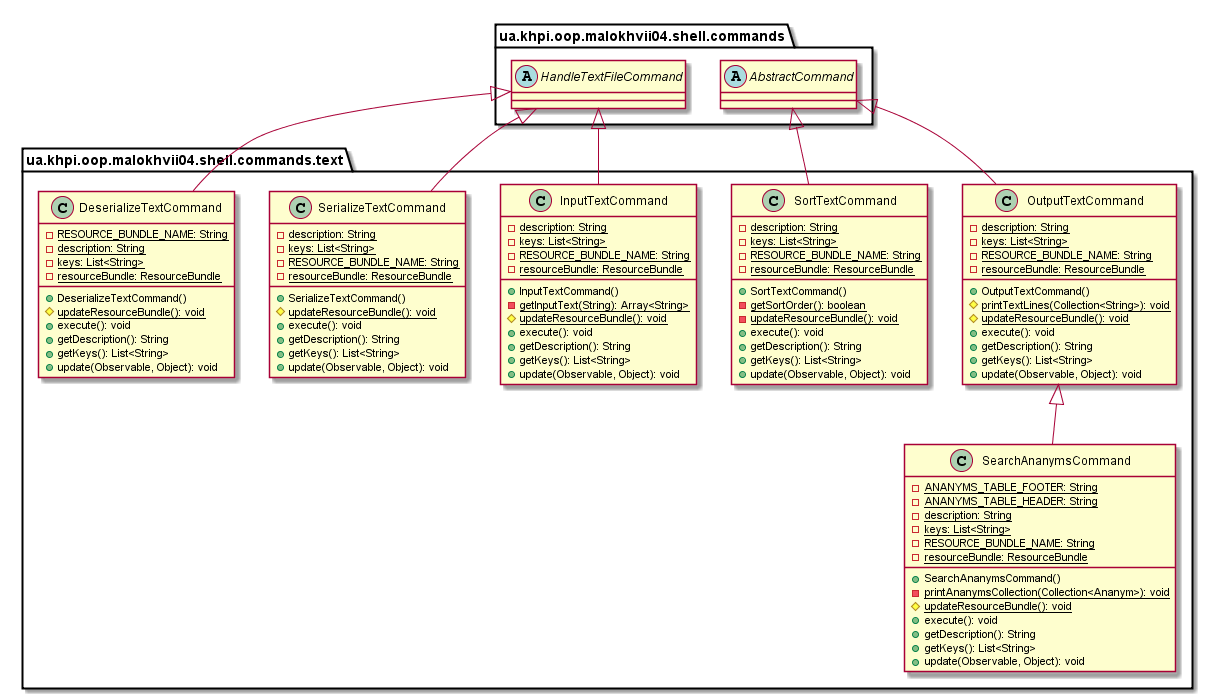
Before: malokhvii-eduard/malokhvii04/doc/plantuml/png/ua.khpi.oop.malokhvii04.shell.commands.text.package.png, a diagram exported from PlantUML (P-Kalin/kit26a).
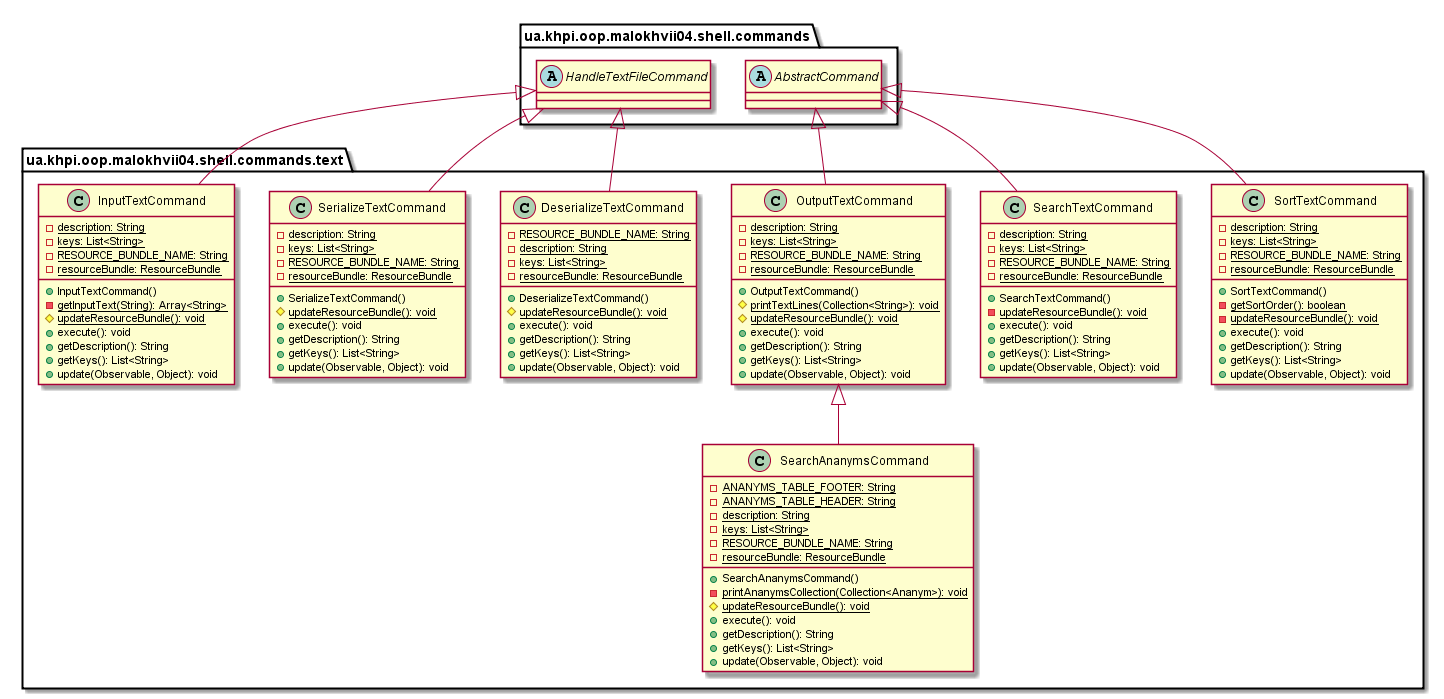
After the commit.

Commit message:
#3 malokhvii04: update graphs

What changed in the source:
```diff
@@ -23,6 +23,19 @@
             {static} -resourceBundle: ResourceBundle
             +SerializeTextCommand()
             {static} #updateResourceBundle(): void
+            +execute(): void
+            +getDescription(): String
+            +getKeys(): List<String>
+            +update(Observable, Object): void
+        }
+
+        class SearchTextCommand {
+            {static} -description: String
+            {static} -keys: List<String>
+            {static} -RESOURCE_BUNDLE_NAME: String
+            {static} -resourceBundle: ResourceBundle
+            +SearchTextCommand()
+            {static} -updateResourceBundle(): void
             +execute(): void
             +getDescription(): String
             +getKeys(): List<String>
@@ -92,6 +105,8 @@
         abstract class ua.khpi.oop.malokhvii04.shell.commands.HandleTextFileCommand
         ua.khpi.oop.malokhvii04.shell.commands.HandleTextFileCommand <|-- SerializeTextCommand
 
+        ua.khpi.oop.malokhvii04.shell.commands.AbstractCommand <|-- SearchTextCommand
+
         OutputTextCommand <|-- SearchAnanymsCommand
 
         ua.khpi.oop.malokhvii04.shell.commands.AbstractCommand <|-- OutputTextCommand
```
